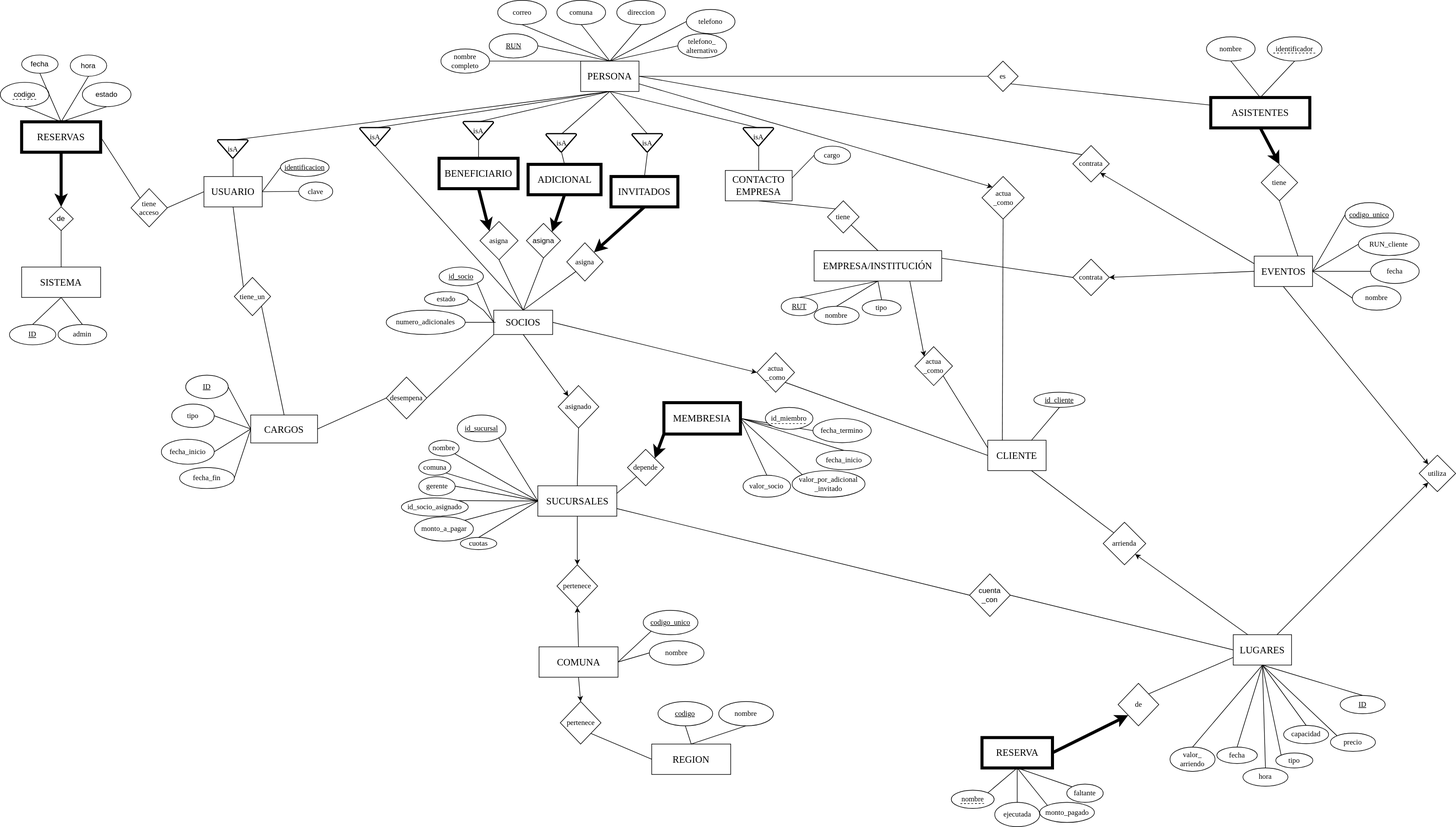
Earlier version of the draw.io export E1/ER-JOAB.drawio.svg (JoabVJ/IIC2413---Bases-de-Datos). Source tidied: cells renumbered, new cells last; positions are measured from the earlier drawing's top-left corner, leaving out a move shared by most shapes.
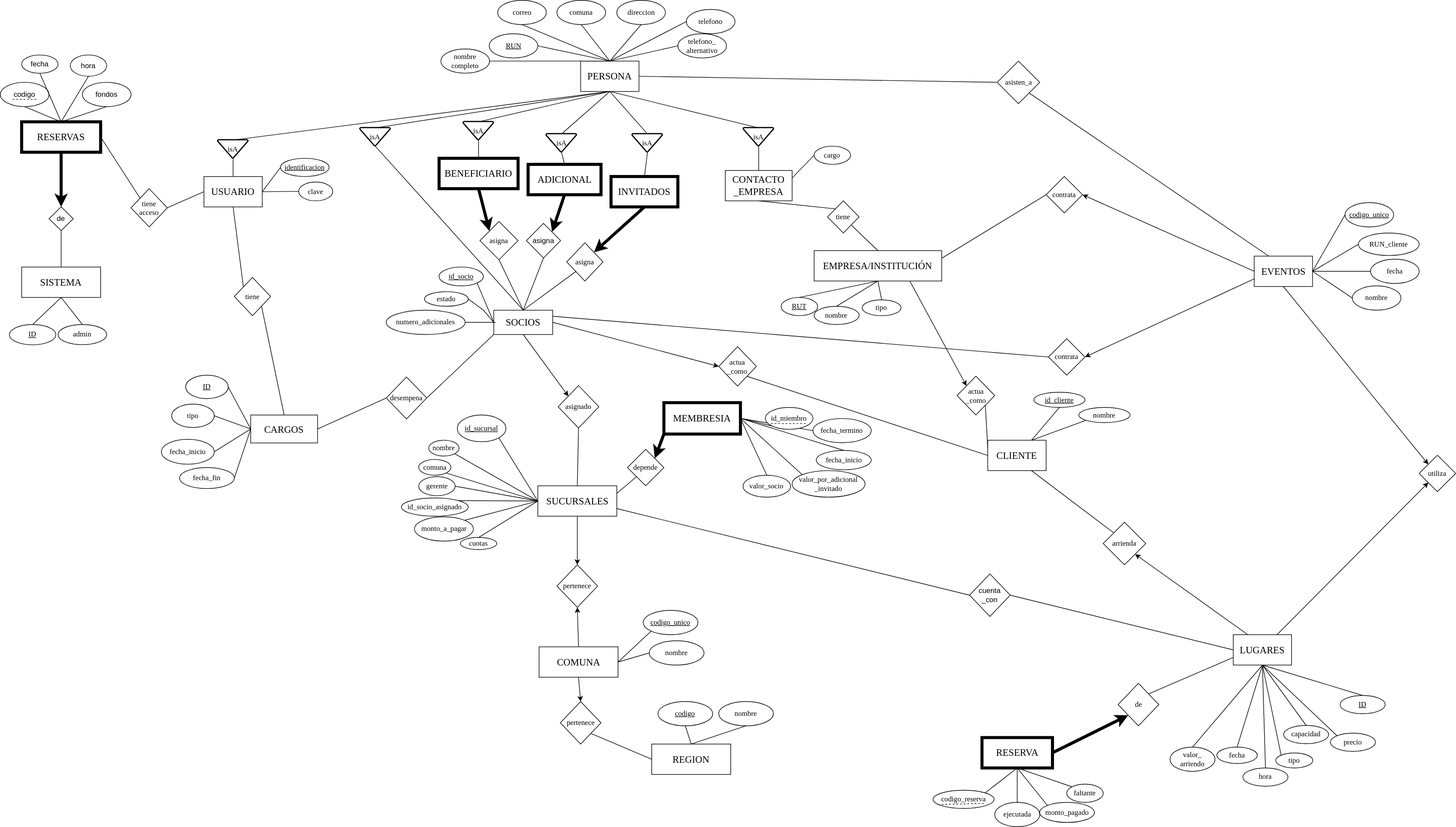
After the commit.

Change to the diagram source:
```diff
@@ -1,4 +1,4 @@
-<mxGraphModel>
+<mxGraphModel background="#ffffff">
   <root>
     <mxCell id="0" />
     <mxCell id="1" parent="0" />
@@ -47,8 +47,8 @@
     <mxCell id="16" style="endArrow=none;html=1;rounded=0;exitX=0.5;exitY=0;exitDx=0;exitDy=0;entryX=0;entryY=0.5;entryDx=0;entryDy=0;" parent="1" edge="1" source="2" target="15">
       <mxGeometry relative="1" as="geometry" />
     </mxCell>
-    <mxCell id="17" value="&lt;font face=&quot;Georgia&quot;&gt;es&lt;/font&gt;" style="rhombus;whiteSpace=wrap;html=1;" parent="1" vertex="1">
-      <mxGeometry x="1625" y="100" width="50" height="50" as="geometry" />
+    <mxCell id="17" value="&lt;font face=&quot;Georgia&quot;&gt;asisten_a&lt;/font&gt;" style="rhombus;whiteSpace=wrap;html=1;" parent="1" vertex="1">
+      <mxGeometry x="1640.5" y="100" width="70" height="70" as="geometry" />
     </mxCell>
     <mxCell id="18" style="endArrow=none;html=1;rounded=0;entryX=0;entryY=0.5;entryDx=0;entryDy=0;exitX=1;exitY=0.5;exitDx=0;exitDy=0;" parent="1" edge="1" source="2" target="17">
       <mxGeometry relative="1" as="geometry" />
@@ -56,30 +56,9 @@
     <mxCell id="19" value="&lt;font face=&quot;Georgia&quot;&gt;&lt;span style=&quot;font-size: 16px;&quot;&gt;EVENTOS&lt;/span&gt;&lt;/font&gt;" style="rounded=0;whiteSpace=wrap;html=1;strokeWidth=1;" parent="1" vertex="1">
       <mxGeometry x="2063.5" y="421" width="96" height="50" as="geometry" />
     </mxCell>
-    <mxCell id="20" style="endArrow=none;html=1;rounded=0;entryX=0;entryY=0.25;entryDx=0;entryDy=0;exitX=1;exitY=1;exitDx=0;exitDy=0;strokeColor=#000000;" parent="1" edge="1" source="17" target="23">
+    <mxCell id="20" style="endArrow=none;html=1;rounded=0;entryX=0.25;entryY=0;entryDx=0;entryDy=0;exitX=1;exitY=1;exitDx=0;exitDy=0;strokeColor=#000000;" parent="1" edge="1" source="17" target="19">
       <mxGeometry relative="1" as="geometry" />
     </mxCell>
-    <mxCell id="21" style="endArrow=none;html=1;rounded=0;entryX=0.5;entryY=1;entryDx=0;entryDy=0;exitX=0.75;exitY=0;exitDx=0;exitDy=0;" parent="1" edge="1" source="19" target="22">
-      <mxGeometry relative="1" as="geometry" />
-    </mxCell>
-    <mxCell id="22" value="&lt;font face=&quot;Georgia&quot;&gt;tiene&lt;/font&gt;" style="rhombus;whiteSpace=wrap;html=1;" parent="1" vertex="1">
-      <mxGeometry x="2075" y="270" width="60" height="60" as="geometry" />
-    </mxCell>
-    <mxCell id="23" value="&lt;font face=&quot;Georgia&quot;&gt;&lt;span style=&quot;font-size: 16px;&quot;&gt;ASISTENTES&lt;/span&gt;&lt;/font&gt;" style="rounded=0;whiteSpace=wrap;html=1;strokeWidth=5;" parent="1" vertex="1">
-      <mxGeometry x="1992" y="160" width="163" height="50" as="geometry" />
-    </mxCell>
-    <mxCell id="24" style="endArrow=none;html=1;rounded=0;exitX=0.5;exitY=0;exitDx=0;exitDy=0;entryX=0.5;entryY=1;entryDx=0;entryDy=0;" parent="1" edge="1" source="23" target="25">
-      <mxGeometry relative="1" as="geometry" />
-    </mxCell>
-    <mxCell id="25" value="&lt;font face=&quot;Georgia&quot;&gt;nombre&lt;/font&gt;" style="ellipse;whiteSpace=wrap;html=1;" parent="1" vertex="1">
-      <mxGeometry x="1985" y="60" width="80" height="40" as="geometry" />
-    </mxCell>
-    <mxCell id="26" value="&lt;font face=&quot;Georgia&quot;&gt;identificador&lt;/font&gt;" style="ellipse;whiteSpace=wrap;html=1;" parent="1" vertex="1">
-      <mxGeometry x="2085" y="60" width="90" height="40" as="geometry" />
-    </mxCell>
-    <mxCell id="27" style="endArrow=none;html=1;rounded=0;exitX=0.5;exitY=0;exitDx=0;exitDy=0;entryX=0.5;entryY=1;entryDx=0;entryDy=0;" parent="1" edge="1" source="23" target="26">
-      <mxGeometry relative="1" as="geometry" />
-    </mxCell>
     <mxCell id="28" value="&lt;font face=&quot;Georgia&quot;&gt;utiliza&lt;/font&gt;" style="rhombus;whiteSpace=wrap;html=1;" parent="1" vertex="1">
       <mxGeometry x="2335" y="748.7" width="60" height="60" as="geometry" />
     </mxCell>
@@ -104,7 +83,7 @@
     <mxCell id="35" value="&lt;font face=&quot;Georgia&quot;&gt;&lt;span style=&quot;font-size: 16px;&quot;&gt;INVITADOS&lt;/span&gt;&lt;/font&gt;" style="rounded=0;whiteSpace=wrap;html=1;strokeWidth=5;" parent="1" vertex="1">
       <mxGeometry x="1005" y="290" width="110" height="50" as="geometry" />
     </mxCell>
-    <mxCell id="36" value="&lt;font style=&quot;font-size: 16px;&quot; face=&quot;Georgia&quot;&gt;CONTACTO EMPRESA&lt;/font&gt;" style="rounded=0;whiteSpace=wrap;html=1;" parent="1" vertex="1">
+    <mxCell id="36" value="&lt;font style=&quot;font-size: 16px;&quot; face=&quot;Georgia&quot;&gt;CONTACTO _EMPRESA&lt;/font&gt;" style="rounded=0;whiteSpace=wrap;html=1;" parent="1" vertex="1">
       <mxGeometry x="1193" y="280" width="110" height="50" as="geometry" />
     </mxCell>
     <mxCell id="37" value="&lt;font style=&quot;font-size: 16px;&quot; face=&quot;Georgia&quot;&gt;CLIENTE&lt;/font&gt;" style="rounded=0;whiteSpace=wrap;html=1;" parent="1" vertex="1">
@@ -286,18 +265,9 @@
     <mxCell id="94" style="endArrow=none;html=1;rounded=0;exitX=0;exitY=0.5;exitDx=0;exitDy=0;entryX=1;entryY=0.5;entryDx=0;entryDy=0;" parent="1" edge="1" source="200" target="19">
       <mxGeometry relative="1" as="geometry" />
     </mxCell>
-    <mxCell id="95" style="endArrow=classic;html=1;rounded=0;entryX=0.5;entryY=0;entryDx=0;entryDy=0;exitX=0.5;exitY=1;exitDx=0;exitDy=0;strokeWidth=5;" parent="1" edge="1" source="23" target="22">
-      <mxGeometry relative="1" as="geometry" />
-    </mxCell>
     <mxCell id="96" value="&lt;font face=&quot;Georgia&quot;&gt;&lt;span style=&quot;font-size: 16px;&quot;&gt;CARGOS&lt;/span&gt;&lt;/font&gt;" style="rounded=0;whiteSpace=wrap;html=1;" parent="1" vertex="1">
       <mxGeometry x="412" y="682.5" width="110" height="46" as="geometry" />
     </mxCell>
-    <mxCell id="97" style="endArrow=none;dashed=1;html=1;rounded=0;exitX=0;exitY=0.5;exitDx=0;exitDy=0;" parent="1" edge="1">
-      <mxGeometry relative="1" as="geometry">
-        <mxPoint x="2095" y="86.8" as="sourcePoint" />
-        <mxPoint x="2165" y="86.9" as="targetPoint" />
-      </mxGeometry>
-    </mxCell>
     <mxCell id="98" value="&lt;font face=&quot;Georgia&quot;&gt;&lt;span style=&quot;font-size: 16px;&quot;&gt;REGION&lt;/span&gt;&lt;/font&gt;" style="rounded=0;whiteSpace=wrap;html=1;" parent="1" vertex="1">
       <mxGeometry x="1072" y="1224" width="130" height="50" as="geometry" />
     </mxCell>
@@ -432,10 +402,10 @@
       <mxGeometry relative="1" as="geometry" />
     </mxCell>
     <mxCell id="141" value="&lt;font face=&quot;Georgia&quot;&gt;actua&lt;/font&gt;&lt;div&gt;&lt;font face=&quot;Georgia&quot;&gt;_como&lt;/font&gt;&lt;/div&gt;" style="rhombus;whiteSpace=wrap;html=1;" parent="1" vertex="1">
-      <mxGeometry x="1245" y="580" width="62" height="65" as="geometry" />
+      <mxGeometry x="1182.2" y="570" width="62" height="65" as="geometry" />
     </mxCell>
     <mxCell id="142" value="&lt;font face=&quot;Georgia&quot;&gt;actua&lt;/font&gt;&lt;div&gt;&lt;font face=&quot;Georgia&quot;&gt;_como&lt;/font&gt;&lt;/div&gt;" style="rhombus;whiteSpace=wrap;html=1;" parent="1" vertex="1">
-      <mxGeometry x="1505" y="570" width="62" height="64" as="geometry" />
+      <mxGeometry x="1574.5" y="618.5" width="62" height="64" as="geometry" />
     </mxCell>
     <mxCell id="143" style="endArrow=none;html=1;rounded=0;entryX=1;entryY=1;entryDx=0;entryDy=0;exitX=0;exitY=0.5;exitDx=0;exitDy=0;" parent="1" edge="1" source="37" target="141">
       <mxGeometry relative="1" as="geometry" />
@@ -509,7 +479,7 @@
     <mxCell id="166" value="fecha" style="ellipse;whiteSpace=wrap;html=1;" parent="1" vertex="1">
       <mxGeometry x="35" y="90" width="60" height="30" as="geometry" />
     </mxCell>
-    <mxCell id="167" value="estado" style="ellipse;whiteSpace=wrap;html=1;" parent="1" vertex="1">
+    <mxCell id="167" value="fondos" style="ellipse;whiteSpace=wrap;html=1;" parent="1" vertex="1">
       <mxGeometry x="135" y="135" width="80" height="40" as="geometry" />
     </mxCell>
     <mxCell id="168" style="endArrow=none;dashed=1;html=1;rounded=0;" parent="1" edge="1">
@@ -548,9 +518,6 @@
     <mxCell id="178" style="endArrow=none;html=1;rounded=0;exitX=1;exitY=0.5;exitDx=0;exitDy=0;entryX=0;entryY=0.5;entryDx=0;entryDy=0;" parent="1" edge="1" source="177" target="96">
       <mxGeometry relative="1" as="geometry" />
     </mxCell>
-    <mxCell id="179" value="&lt;font face=&quot;Georgia&quot;&gt;actua&lt;/font&gt;&lt;div&gt;&lt;font face=&quot;Georgia&quot;&gt;_como&lt;/font&gt;&lt;/div&gt;" style="rhombus;whiteSpace=wrap;html=1;" parent="1" vertex="1">
-      <mxGeometry x="1615.5" y="290" width="69.5" height="70" as="geometry" />
-    </mxCell>
     <mxCell id="180" value="&lt;font face=&quot;Georgia&quot;&gt;fecha_termino&lt;/font&gt;" style="ellipse;whiteSpace=wrap;html=1;" parent="1" vertex="1">
       <mxGeometry x="1337.2" y="688.3" width="96" height="39.7" as="geometry" />
     </mxCell>
@@ -575,7 +542,7 @@
     <mxCell id="187" style="endArrow=none;html=1;rounded=0;exitX=0.5;exitY=1;exitDx=0;exitDy=0;entryX=0.5;entryY=0;entryDx=0;entryDy=0;" parent="1" edge="1" source="150" target="186">
       <mxGeometry relative="1" as="geometry" />
     </mxCell>
-    <mxCell id="188" value="&lt;font face=&quot;Georgia&quot;&gt;tiene_un&lt;/font&gt;" style="rhombus;whiteSpace=wrap;html=1;" parent="1" vertex="1">
+    <mxCell id="188" value="&lt;font face=&quot;Georgia&quot;&gt;tiene&lt;/font&gt;" style="rhombus;whiteSpace=wrap;html=1;" parent="1" vertex="1">
       <mxGeometry x="385" y="456" width="59.8" height="63" as="geometry" />
     </mxCell>
     <mxCell id="189" style="endArrow=none;html=1;rounded=0;exitX=0.5;exitY=1;exitDx=0;exitDy=0;entryX=0;entryY=0;entryDx=0;entryDy=0;" parent="1" edge="1" source="32" target="188">
@@ -599,8 +566,8 @@
     <mxCell id="195" style="endArrow=none;html=1;rounded=0;entryX=0.5;entryY=1;entryDx=0;entryDy=0;exitX=0.5;exitY=0;exitDx=0;exitDy=0;" parent="1" edge="1" source="194" target="193">
       <mxGeometry relative="1" as="geometry" />
     </mxCell>
-    <mxCell id="196" value="&lt;font face=&quot;Georgia&quot;&gt;nombre&lt;/font&gt;" style="ellipse;whiteSpace=wrap;html=1;" parent="1" vertex="1">
-      <mxGeometry x="1565" y="1300" width="70.5" height="30" as="geometry" />
+    <mxCell id="196" value="&lt;font face=&quot;Georgia&quot;&gt;codigo_reserva&lt;/font&gt;" style="ellipse;whiteSpace=wrap;html=1;" parent="1" vertex="1">
+      <mxGeometry x="1535" y="1300" width="100.5" height="30" as="geometry" />
     </mxCell>
     <mxCell id="197" style="endArrow=none;html=1;rounded=0;entryX=0.5;entryY=1;entryDx=0;entryDy=0;exitX=1;exitY=0;exitDx=0;exitDy=0;" parent="1" edge="1" source="196" target="193">
       <mxGeometry relative="1" as="geometry" />
@@ -608,9 +575,6 @@
     <mxCell id="198" style="endArrow=classic;html=1;rounded=0;entryX=0;entryY=1;entryDx=0;entryDy=0;exitX=1;exitY=0.5;exitDx=0;exitDy=0;strokeColor=#000000;strokeWidth=5;" parent="1" edge="1" source="193" target="192">
       <mxGeometry relative="1" as="geometry" />
     </mxCell>
-    <mxCell id="199" value="&lt;font face=&quot;Georgia&quot;&gt;contrata&lt;/font&gt;" style="rhombus;whiteSpace=wrap;html=1;" parent="1" vertex="1">
-      <mxGeometry x="1765" y="239" width="60" height="60" as="geometry" />
-    </mxCell>
     <mxCell id="200" value="&lt;font face=&quot;Georgia&quot;&gt;&lt;u&gt;codigo_unico&lt;/u&gt;&lt;/font&gt;" style="ellipse;whiteSpace=wrap;html=1;" parent="1" vertex="1">
       <mxGeometry x="2213" y="333" width="80" height="40" as="geometry" />
     </mxCell>
@@ -623,21 +587,15 @@
     <mxCell id="203" value="&lt;font face=&quot;Georgia&quot;&gt;RUN_cliente&lt;/font&gt;" style="ellipse;whiteSpace=wrap;html=1;" parent="1" vertex="1">
       <mxGeometry x="2235" y="383" width="100" height="37" as="geometry" />
     </mxCell>
-    <mxCell id="204" style="endArrow=none;html=1;rounded=0;entryX=0;entryY=0;entryDx=0;entryDy=0;exitX=1;exitY=0.5;exitDx=0;exitDy=0;" parent="1" edge="1" source="2" target="199">
-      <mxGeometry relative="1" as="geometry" />
-    </mxCell>
     <mxCell id="205" style="endArrow=none;html=1;rounded=0;exitX=1;exitY=0.25;exitDx=0;exitDy=0;entryX=0;entryY=0.5;entryDx=0;entryDy=0;" parent="1" edge="1" source="131" target="206">
       <mxGeometry relative="1" as="geometry" />
     </mxCell>
     <mxCell id="206" value="&lt;font face=&quot;Georgia&quot;&gt;contrata&lt;/font&gt;" style="rhombus;whiteSpace=wrap;html=1;" parent="1" vertex="1">
-      <mxGeometry x="1765" y="426" width="60" height="60" as="geometry" />
+      <mxGeometry x="1721" y="290" width="60" height="60" as="geometry" />
     </mxCell>
     <mxCell id="207" style="endArrow=classic;html=1;rounded=0;entryX=1;entryY=0.5;entryDx=0;entryDy=0;exitX=0;exitY=0.5;exitDx=0;exitDy=0;" parent="1" edge="1" source="19" target="206">
       <mxGeometry relative="1" as="geometry" />
     </mxCell>
-    <mxCell id="208" style="endArrow=classic;html=1;rounded=0;entryX=1;entryY=1;entryDx=0;entryDy=0;exitX=0;exitY=0.25;exitDx=0;exitDy=0;" parent="1" edge="1" source="19" target="199">
-      <mxGeometry relative="1" as="geometry" />
-    </mxCell>
     <mxCell id="209" value="&lt;font face=&quot;Georgia&quot;&gt;&lt;u&gt;id_cliente&lt;/u&gt;&lt;/font&gt;" style="ellipse;whiteSpace=wrap;html=1;" parent="1" vertex="1">
       <mxGeometry x="1700.9" y="645" width="84.1" height="25" as="geometry" />
     </mxCell>
@@ -659,18 +617,12 @@
         <mxPoint x="1328.2" y="696.5" as="targetPoint" />
       </mxGeometry>
     </mxCell>
-    <mxCell id="215" style="endArrow=classic;html=1;rounded=0;entryX=0;entryY=0;entryDx=0;entryDy=0;exitX=1;exitY=0.75;exitDx=0;exitDy=0;" parent="1" edge="1" source="2" target="179">
-      <mxGeometry relative="1" as="geometry" />
-    </mxCell>
     <mxCell id="216" style="endArrow=none;html=1;rounded=0;exitX=0;exitY=0.25;exitDx=0;exitDy=0;entryX=1;entryY=1;entryDx=0;entryDy=0;" parent="1" edge="1" source="37" target="142">
       <mxGeometry relative="1" as="geometry" />
     </mxCell>
     <mxCell id="217" style="endArrow=classic;html=1;rounded=0;entryX=0;entryY=0;entryDx=0;entryDy=0;exitX=0.75;exitY=1;exitDx=0;exitDy=0;" parent="1" edge="1" source="131" target="142">
       <mxGeometry relative="1" as="geometry" />
     </mxCell>
-    <mxCell id="218" style="endArrow=none;html=1;rounded=0;exitX=0.25;exitY=0;exitDx=0;exitDy=0;entryX=0.5;entryY=1;entryDx=0;entryDy=0;" parent="1" edge="1" source="37" target="179">
-      <mxGeometry relative="1" as="geometry" />
-    </mxCell>
     <mxCell id="219" value="&lt;font face=&quot;Georgia&quot;&gt;depende&lt;/font&gt;" style="rhombus;whiteSpace=wrap;html=1;" parent="1" vertex="1">
       <mxGeometry x="1032" y="739" width="60" height="60" as="geometry" />
     </mxCell>
@@ -704,9 +656,8 @@
     <mxCell id="228" style="endArrow=none;html=1;rounded=0;entryX=0.5;entryY=0;entryDx=0;entryDy=0;exitX=0.5;exitY=1;exitDx=0;exitDy=0;" parent="1" edge="1" source="227" target="155">
       <mxGeometry relative="1" as="geometry" />
     </mxCell>
-    <mxCell id="229" style="endArrow=none;dashed=1;html=1;rounded=0;" parent="1" edge="1">
+    <mxCell id="229" style="endArrow=none;dashed=1;html=1;rounded=0;exitX=0.083;exitY=0.788;exitDx=0;exitDy=0;exitPerimeter=0;" parent="1" edge="1" source="196">
       <mxGeometry relative="1" as="geometry">
-        <mxPoint x="1580" y="1322" as="sourcePoint" />
         <mxPoint x="1620" y="1321.6" as="targetPoint" />
       </mxGeometry>
     </mxCell>
@@ -725,5 +676,20 @@
     <mxCell id="234" style="endArrow=none;html=1;rounded=0;entryX=1;entryY=0.5;entryDx=0;entryDy=0;exitX=0;exitY=0.5;exitDx=0;exitDy=0;" parent="1" edge="1" source="29" target="77">
       <mxGeometry relative="1" as="geometry" />
     </mxCell>
+    <mxCell id="235" style="endArrow=none;html=1;rounded=0;entryX=0.75;entryY=0;entryDx=0;entryDy=0;exitX=0;exitY=1;exitDx=0;exitDy=0;" parent="1" edge="1" source="25" target="37">
+      <mxGeometry relative="1" as="geometry" />
+    </mxCell>
+    <mxCell id="25" value="&lt;font face=&quot;Georgia&quot;&gt;nombre&lt;/font&gt;" style="ellipse;whiteSpace=wrap;html=1;" parent="1" vertex="1">
+      <mxGeometry x="1775" y="670" width="84.1" height="25" as="geometry" />
+    </mxCell>
+    <mxCell id="208" style="endArrow=classic;html=1;rounded=0;entryX=1;entryY=0.5;entryDx=0;entryDy=0;exitX=0;exitY=0.75;exitDx=0;exitDy=0;" parent="1" edge="1" source="19" target="199">
+      <mxGeometry relative="1" as="geometry" />
+    </mxCell>
+    <mxCell id="199" value="&lt;font face=&quot;Georgia&quot;&gt;contrata&lt;/font&gt;" style="rhombus;whiteSpace=wrap;html=1;" parent="1" vertex="1">
+      <mxGeometry x="1725" y="557" width="60" height="60" as="geometry" />
+    </mxCell>
+    <mxCell id="236" style="endArrow=none;html=1;rounded=0;exitX=1;exitY=0.25;exitDx=0;exitDy=0;entryX=0;entryY=0.5;entryDx=0;entryDy=0;" parent="1" edge="1" source="56" target="199">
+      <mxGeometry relative="1" as="geometry" />
+    </mxCell>
   </root>
 </mxGraphModel>
```
